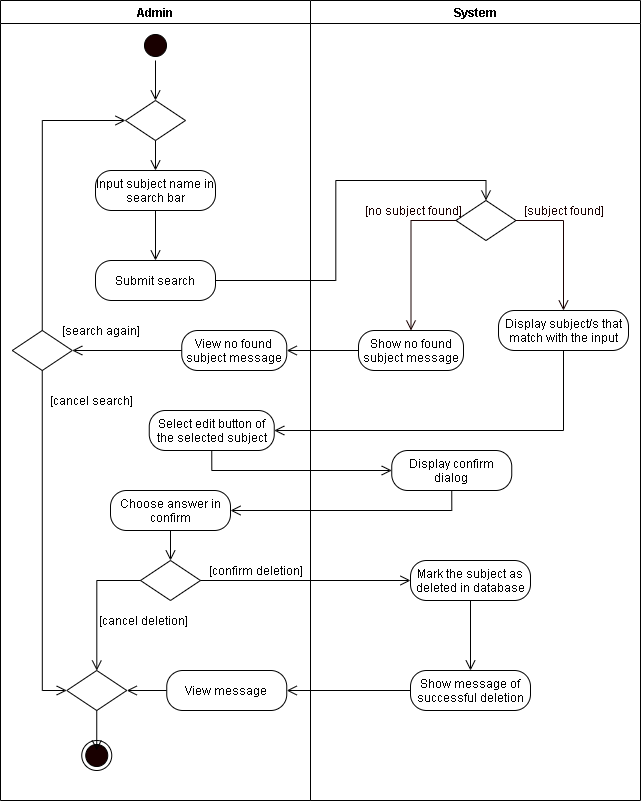
Before: REVISIONS/UML-DIAGRAMS/6-28-2021/ACTIVITY DIAGRAM/15-Delete Subject.png, a diagram exported from draw.io (mrklglsn/CAPSTONE-FILES). Source tidied: cells renumbered, new cells last; positions are measured from the earlier drawing's top-left corner, leaving out a move shared by most shapes. The source it was exported from:
```xml
<mxGraphModel>
  <root>
    <mxCell id="0" />
    <mxCell id="1" parent="0" />
    <mxCell id="2" value="Admin" style="swimlane;startSize=23;" parent="1" vertex="1">
      <mxGeometry width="310" height="800" as="geometry" />
    </mxCell>
    <mxCell id="3" style="edgeStyle=orthogonalEdgeStyle;rounded=0;jettySize=auto;html=1;exitX=0.5;exitY=1;exitDx=0;exitDy=0;entryX=0.5;entryY=0;entryDx=0;entryDy=0;endArrow=open;endFill=0;endSize=8;" parent="2" edge="1" source="4" target="18">
      <mxGeometry relative="1" as="geometry" />
    </mxCell>
    <mxCell id="4" style="ellipse;html=1;shape=startState;fillColor=#190000;" parent="2" vertex="1">
      <mxGeometry x="140" y="30" width="30" height="30" as="geometry" />
    </mxCell>
    <mxCell id="5" style="rhombus;whiteSpace=wrap;html=1;" parent="2" vertex="1">
      <mxGeometry x="140" y="560" width="60" height="40" as="geometry" />
    </mxCell>
    <mxCell id="6" value="[confirm deletion]" style="text;html=1;align=center;verticalAlign=middle;strokeColor=none;" parent="2" vertex="1">
      <mxGeometry x="200" y="560" width="110" height="20" as="geometry" />
    </mxCell>
    <mxCell id="7" value="[cancel deletion]" style="text;html=1;align=center;verticalAlign=middle;strokeColor=none;" parent="2" vertex="1">
      <mxGeometry x="92.5" y="610" width="100" height="20" as="geometry" />
    </mxCell>
    <mxCell id="8" style="ellipse;html=1;shape=endState;fillColor=#190000;" parent="2" vertex="1">
      <mxGeometry x="81.2" y="740" width="30" height="30" as="geometry" />
    </mxCell>
    <mxCell id="9" style="edgeStyle=orthogonalEdgeStyle;rounded=0;jettySize=auto;html=1;exitX=0.5;exitY=1;exitDx=0;exitDy=0;endArrow=open;endFill=0;endSize=8;" parent="2" edge="1" source="10">
      <mxGeometry relative="1" as="geometry">
        <mxPoint x="96.2" y="750" as="targetPoint" />
      </mxGeometry>
    </mxCell>
    <mxCell id="10" style="rhombus;whiteSpace=wrap;html=1;" parent="2" vertex="1">
      <mxGeometry x="66.2" y="670" width="60" height="40" as="geometry" />
    </mxCell>
    <mxCell id="11" style="edgeStyle=orthogonalEdgeStyle;rounded=0;jettySize=auto;html=1;exitX=0;exitY=0.5;exitDx=0;exitDy=0;endArrow=open;endFill=0;endSize=8;" parent="2" edge="1" source="5" target="10">
      <mxGeometry relative="1" as="geometry" />
    </mxCell>
    <mxCell id="12" style="edgeStyle=orthogonalEdgeStyle;rounded=0;jettySize=auto;html=1;exitX=0;exitY=0.5;exitDx=0;exitDy=0;entryX=1;entryY=0.5;entryDx=0;entryDy=0;endArrow=open;endFill=0;endSize=8;" parent="2" edge="1" source="13" target="10">
      <mxGeometry relative="1" as="geometry" />
    </mxCell>
    <mxCell id="13" value="View message" style="rounded=1;whiteSpace=wrap;html=1;arcSize=40;" parent="2" vertex="1">
      <mxGeometry x="166.2" y="670" width="120" height="40" as="geometry" />
    </mxCell>
    <mxCell id="14" style="edgeStyle=orthogonalEdgeStyle;rounded=0;jettySize=auto;html=1;exitX=0.5;exitY=1;exitDx=0;exitDy=0;endArrow=open;endFill=0;endSize=8;" parent="2" edge="1" source="15" target="5">
      <mxGeometry relative="1" as="geometry" />
    </mxCell>
    <mxCell id="15" value="Choose answer in confirm" style="rounded=1;whiteSpace=wrap;html=1;arcSize=40;" parent="2" vertex="1">
      <mxGeometry x="110" y="490" width="120" height="40" as="geometry" />
    </mxCell>
    <mxCell id="16" style="edgeStyle=orthogonalEdgeStyle;rounded=0;jettySize=auto;html=1;exitX=0.5;exitY=1;exitDx=0;exitDy=0;endArrow=open;endFill=0;endSize=8;" parent="2" edge="1" source="17" target="28">
      <mxGeometry relative="1" as="geometry" />
    </mxCell>
    <mxCell id="17" value="Input subject name in search bar" style="rounded=1;whiteSpace=wrap;html=1;arcSize=40;" parent="2" vertex="1">
      <mxGeometry x="95" y="170" width="120" height="40" as="geometry" />
    </mxCell>
    <mxCell id="18" style="rhombus;whiteSpace=wrap;html=1;" parent="2" vertex="1">
      <mxGeometry x="125" y="100" width="60" height="40" as="geometry" />
    </mxCell>
    <mxCell id="19" style="edgeStyle=orthogonalEdgeStyle;rounded=0;jettySize=auto;html=1;exitX=0.5;exitY=1;exitDx=0;exitDy=0;entryX=0.5;entryY=0;entryDx=0;entryDy=0;endArrow=open;endFill=0;endSize=8;" parent="2" edge="1" source="18" target="17">
      <mxGeometry relative="1" as="geometry" />
    </mxCell>
    <mxCell id="20" value="[cancel search]" style="text;html=1;align=center;verticalAlign=middle;strokeColor=none;rotation=0;" parent="2" vertex="1">
      <mxGeometry x="40.8" y="390" width="100" height="20" as="geometry" />
    </mxCell>
    <mxCell id="21" value="View no found subject message" style="rounded=1;whiteSpace=wrap;html=1;arcSize=40;" parent="2" vertex="1">
      <mxGeometry x="181.2" y="330" width="105" height="40" as="geometry" />
    </mxCell>
    <mxCell id="22" style="rhombus;whiteSpace=wrap;html=1;" parent="2" vertex="1">
      <mxGeometry x="11.8" y="330" width="60" height="40" as="geometry" />
    </mxCell>
    <mxCell id="23" style="edgeStyle=orthogonalEdgeStyle;rounded=0;jettySize=auto;html=1;exitX=0.5;exitY=0;exitDx=0;exitDy=0;entryX=0;entryY=0.5;entryDx=0;entryDy=0;endArrow=open;endFill=0;endSize=8;" parent="2" edge="1" source="22" target="18">
      <mxGeometry relative="1" as="geometry" />
    </mxCell>
    <mxCell id="24" value="[search again]" style="text;html=1;align=center;verticalAlign=middle;strokeColor=none;rotation=0;" parent="2" vertex="1">
      <mxGeometry x="55" y="320" width="90" height="20" as="geometry" />
    </mxCell>
    <mxCell id="25" value="Select edit button of the selected subject" style="rounded=1;whiteSpace=wrap;html=1;arcSize=40;" parent="2" vertex="1">
      <mxGeometry x="148.8" y="410" width="125" height="40" as="geometry" />
    </mxCell>
    <mxCell id="26" style="edgeStyle=orthogonalEdgeStyle;rounded=0;jettySize=auto;html=1;exitX=0;exitY=0.5;exitDx=0;exitDy=0;entryX=1;entryY=0.5;entryDx=0;entryDy=0;endArrow=open;endFill=0;endSize=8;" parent="2" edge="1" source="21" target="22">
      <mxGeometry relative="1" as="geometry" />
    </mxCell>
    <mxCell id="27" style="edgeStyle=orthogonalEdgeStyle;rounded=0;jettySize=auto;html=1;exitX=0.5;exitY=1;exitDx=0;exitDy=0;entryX=0;entryY=0.5;entryDx=0;entryDy=0;endArrow=open;endFill=0;endSize=8;" parent="2" edge="1" source="22" target="10">
      <mxGeometry relative="1" as="geometry" />
    </mxCell>
    <mxCell id="28" value="Submit search" style="rounded=1;whiteSpace=wrap;html=1;arcSize=40;" parent="2" vertex="1">
      <mxGeometry x="95" y="260" width="120" height="40" as="geometry" />
    </mxCell>
    <mxCell id="29" value="System" style="swimlane;" parent="1" vertex="1">
      <mxGeometry x="310" width="330" height="800" as="geometry" />
    </mxCell>
    <mxCell id="30" value="Display confirm dialog" style="rounded=1;whiteSpace=wrap;html=1;arcSize=40;" parent="29" vertex="1">
      <mxGeometry x="81.2" y="450" width="120" height="40" as="geometry" />
    </mxCell>
    <mxCell id="31" value="Mark the subject as deleted in database" style="rounded=1;whiteSpace=wrap;html=1;arcSize=40;" parent="29" vertex="1">
      <mxGeometry x="100" y="560" width="120" height="40" as="geometry" />
    </mxCell>
    <mxCell id="32" value="Show message of successful deletion" style="rounded=1;whiteSpace=wrap;html=1;arcSize=40;" parent="29" vertex="1">
      <mxGeometry x="100" y="670" width="120" height="40" as="geometry" />
    </mxCell>
    <mxCell id="33" style="edgeStyle=orthogonalEdgeStyle;rounded=0;jettySize=auto;html=1;exitX=0.5;exitY=1;exitDx=0;exitDy=0;endArrow=open;endFill=0;endSize=8;" parent="29" edge="1" source="31" target="32">
      <mxGeometry relative="1" as="geometry" />
    </mxCell>
    <mxCell id="34" value="Show no found subject message" style="rounded=1;whiteSpace=wrap;html=1;arcSize=40;" parent="29" vertex="1">
      <mxGeometry x="48" y="330" width="105" height="40" as="geometry" />
    </mxCell>
    <mxCell id="35" style="rhombus;whiteSpace=wrap;html=1;" parent="29" vertex="1">
      <mxGeometry x="145.5" y="200" width="60" height="40" as="geometry" />
    </mxCell>
    <mxCell id="36" value="&lt;font color=&quot;#190000&quot;&gt;[subject found]&lt;/font&gt;" style="text;html=1;align=center;verticalAlign=middle;strokeColor=none;fontColor=#FFFFFF;" parent="29" vertex="1">
      <mxGeometry x="203" y="200" width="100" height="20" as="geometry" />
    </mxCell>
    <mxCell id="37" value="&lt;font color=&quot;#190000&quot;&gt;[no subject found]&lt;/font&gt;" style="text;html=1;align=center;verticalAlign=middle;strokeColor=none;fontColor=#FFFFFF;" parent="29" vertex="1">
      <mxGeometry x="48" y="200" width="110" height="20" as="geometry" />
    </mxCell>
    <mxCell id="38" style="edgeStyle=orthogonalEdgeStyle;rounded=0;jettySize=auto;html=1;exitX=0;exitY=0.5;exitDx=0;exitDy=0;fontColor=#FFFFFF;endArrow=open;endFill=0;endSize=8;strokeColor=#190000;entryX=0.5;entryY=0;entryDx=0;entryDy=0;" parent="29" edge="1" source="35" target="34">
      <mxGeometry relative="1" as="geometry" />
    </mxCell>
    <mxCell id="39" style="edgeStyle=orthogonalEdgeStyle;rounded=0;jettySize=auto;html=1;exitX=1;exitY=0.5;exitDx=0;exitDy=0;entryX=0.5;entryY=0;entryDx=0;entryDy=0;endArrow=open;endFill=0;endSize=8;" parent="1" edge="1" source="28" target="35">
      <mxGeometry relative="1" as="geometry" />
    </mxCell>
    <mxCell id="40" style="edgeStyle=orthogonalEdgeStyle;rounded=0;jettySize=auto;html=1;exitX=0.5;exitY=1;exitDx=0;exitDy=0;entryX=0.5;entryY=0;entryDx=0;entryDy=0;endArrow=open;endFill=0;endSize=8;" parent="1" edge="1" source="41">
      <mxGeometry relative="1" as="geometry">
        <mxPoint x="563" y="350" as="targetPoint" />
      </mxGeometry>
    </mxCell>
    <mxCell id="41" value="Display subject/s that match with the input" style="rounded=1;whiteSpace=wrap;html=1;arcSize=40;" parent="1" vertex="1">
      <mxGeometry x="498" y="310" width="130" height="40" as="geometry" />
    </mxCell>
    <mxCell id="42" style="edgeStyle=orthogonalEdgeStyle;rounded=0;jettySize=auto;html=1;exitX=1;exitY=0.5;exitDx=0;exitDy=0;fontColor=#FFFFFF;endArrow=open;endFill=0;endSize=8;strokeColor=#190000;entryX=0.5;entryY=0;entryDx=0;entryDy=0;" parent="1" edge="1" source="35" target="41">
      <mxGeometry relative="1" as="geometry" />
    </mxCell>
    <mxCell id="43" style="edgeStyle=orthogonalEdgeStyle;rounded=0;jettySize=auto;html=1;exitX=0.5;exitY=1;exitDx=0;exitDy=0;entryX=1;entryY=0.5;entryDx=0;entryDy=0;endArrow=open;endFill=0;endSize=8;" parent="1" edge="1" source="41" target="25">
      <mxGeometry relative="1" as="geometry" />
    </mxCell>
    <mxCell id="44" style="edgeStyle=orthogonalEdgeStyle;rounded=0;jettySize=auto;html=1;exitX=0.5;exitY=1;exitDx=0;exitDy=0;entryX=0;entryY=0.5;entryDx=0;entryDy=0;endArrow=open;endFill=0;endSize=8;" parent="1" edge="1" source="25" target="30">
      <mxGeometry relative="1" as="geometry" />
    </mxCell>
    <mxCell id="45" style="edgeStyle=orthogonalEdgeStyle;rounded=0;jettySize=auto;html=1;exitX=1;exitY=0.5;exitDx=0;exitDy=0;endArrow=open;endFill=0;endSize=8;entryX=0;entryY=0.5;entryDx=0;entryDy=0;" parent="1" edge="1" source="5" target="31">
      <mxGeometry relative="1" as="geometry" />
    </mxCell>
    <mxCell id="46" style="edgeStyle=orthogonalEdgeStyle;rounded=0;jettySize=auto;html=1;exitX=0;exitY=0.5;exitDx=0;exitDy=0;entryX=1;entryY=0.5;entryDx=0;entryDy=0;endArrow=open;endFill=0;endSize=8;" parent="1" edge="1" source="32" target="13">
      <mxGeometry relative="1" as="geometry" />
    </mxCell>
    <mxCell id="47" style="edgeStyle=orthogonalEdgeStyle;rounded=0;jettySize=auto;html=1;exitX=0.5;exitY=1;exitDx=0;exitDy=0;endArrow=open;endFill=0;endSize=8;entryX=1;entryY=0.5;entryDx=0;entryDy=0;" parent="1" edge="1" source="30" target="15">
      <mxGeometry relative="1" as="geometry" />
    </mxCell>
    <mxCell id="48" style="edgeStyle=orthogonalEdgeStyle;rounded=0;jettySize=auto;html=1;exitX=0;exitY=0.5;exitDx=0;exitDy=0;entryX=1;entryY=0.5;entryDx=0;entryDy=0;endArrow=open;endFill=0;endSize=8;" parent="1" edge="1" source="34" target="21">
      <mxGeometry relative="1" as="geometry" />
    </mxCell>
  </root>
</mxGraphModel>
```
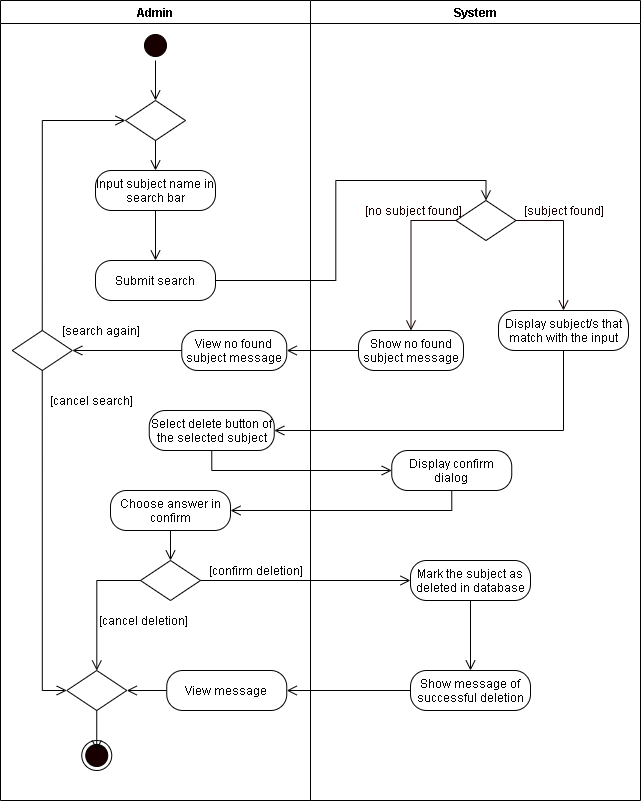
The same diagram one commit later.

The edit, as a diff of the source:
```diff
@@ -73,7 +73,7 @@
     <mxCell id="24" value="[search again]" style="text;html=1;align=center;verticalAlign=middle;strokeColor=none;rotation=0;" parent="2" vertex="1">
       <mxGeometry x="55" y="320" width="90" height="20" as="geometry" />
     </mxCell>
-    <mxCell id="25" value="Select edit button of the selected subject" style="rounded=1;whiteSpace=wrap;html=1;arcSize=40;" parent="2" vertex="1">
+    <mxCell id="25" value="Select delete button of the selected subject" style="rounded=1;whiteSpace=wrap;html=1;arcSize=40;" parent="2" vertex="1">
       <mxGeometry x="148.8" y="410" width="125" height="40" as="geometry" />
     </mxCell>
     <mxCell id="26" style="edgeStyle=orthogonalEdgeStyle;rounded=0;jettySize=auto;html=1;exitX=0;exitY=0.5;exitDx=0;exitDy=0;entryX=1;entryY=0.5;entryDx=0;entryDy=0;endArrow=open;endFill=0;endSize=8;" parent="2" edge="1" source="21" target="22">
```
